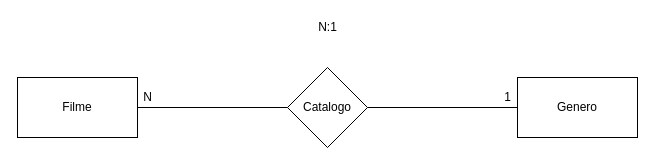
Before: page "Conceitual" (1 of 2) of 1.0-exercicio-filmes/exercicio1.drawio in josejbl/sprint-1bd-Exercicios, a draw.io diagram. Source tidied: cells renumbered, new cells numbered last; positions are measured from the earlier drawing's top-left corner, leaving out a move shared by most shapes. Both pictures are drawn from the tidied source at 100%, with x=0, y=0 at pixel (17, 17).
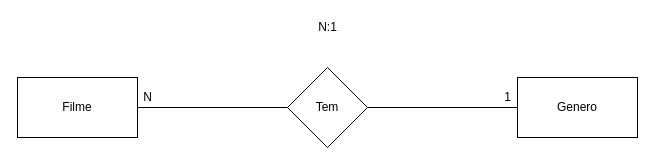
Above is the later version.

Diff of the diagram source:
```diff
@@
 <mxGraphModel>
   <root>
     <mxCell id="0" />
     <mxCell id="1" parent="0" />
     <mxCell id="2" style="edgeStyle=orthogonalEdgeStyle;rounded=0;jettySize=auto;html=1;exitX=1;exitY=0.5;exitDx=0;exitDy=0;endArrow=none;endFill=0;" parent="1" edge="1" source="3" target="6">
       <mxGeometry relative="1" as="geometry" />
     </mxCell>
     <mxCell id="3" value="Filme" style="rounded=0;whiteSpace=wrap;html=1;" parent="1" vertex="1">
       <mxGeometry y="60" width="120" height="60" as="geometry" />
     </mxCell>
     <mxCell id="4" value="Genero" style="rounded=0;whiteSpace=wrap;html=1;" parent="1" vertex="1">
       <mxGeometry x="500" y="60" width="120" height="60" as="geometry" />
     </mxCell>
     <mxCell id="5" style="edgeStyle=orthogonalEdgeStyle;rounded=0;jettySize=auto;html=1;exitX=1;exitY=0.5;exitDx=0;exitDy=0;endArrow=none;endFill=0;" parent="1" edge="1" source="6" target="4">
       <mxGeometry relative="1" as="geometry" />
     </mxCell>
-    <mxCell id="6" value="Catalogo" style="rhombus;whiteSpace=wrap;html=1;" parent="1" vertex="1">
+    <mxCell id="6" value="Tem" style="rhombus;whiteSpace=wrap;html=1;" parent="1" vertex="1">
       <mxGeometry x="270" y="50" width="80" height="80" as="geometry" />
     </mxCell>
     <mxCell id="7" value="N:1" style="text;html=1;align=center;verticalAlign=middle;" parent="1" vertex="1">
       <mxGeometry x="295" width="30" height="20" as="geometry" />
     </mxCell>
     <mxCell id="8" value="N" style="text;html=1;align=center;verticalAlign=middle;" parent="1" vertex="1">
       <mxGeometry x="120" y="70" width="20" height="20" as="geometry" />
     </mxCell>
     <mxCell id="9" value="1" style="text;html=1;align=center;verticalAlign=middle;" parent="1" vertex="1">
       <mxGeometry x="480" y="70" width="20" height="20" as="geometry" />
     </mxCell>
   </root>
 </mxGraphModel>
```
